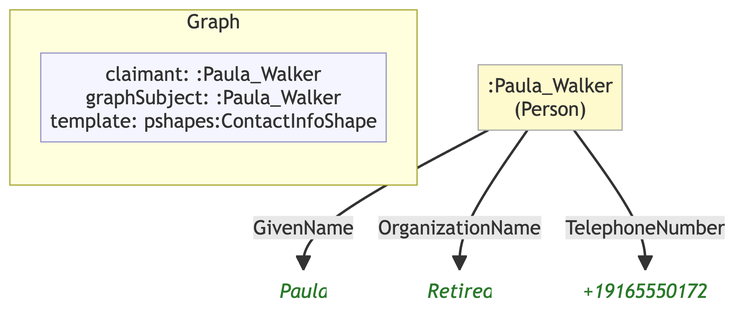
Before: example/graphs/images/graph-57.png, a diagram exported from Mermaid (MeeFoundation/mia-ontologies). Its source is kept beside it as example/graphs/images/graph-57.mmd.
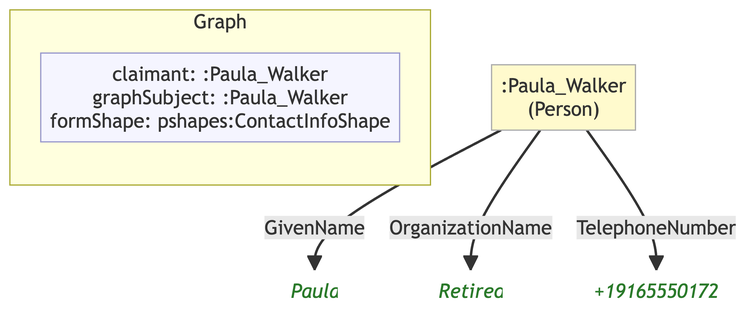
After the commit.

What changed in the source:
```diff
@@ -7,14 +7,14 @@
 
     subgraph ctx["Graph"]
         direction LR
-        ctx_meta["claimant: :Paula_Walker\ngraphSubject: :Paula_Walker\ntemplate: pshapes:ContactInfoShape"]:::meta
+        ctx_meta["claimant: :Paula_Walker\ngraphSubject: :Paula_Walker\nformShape: pshapes:ContactInfoShape"]:::meta
     end
 
-    nf4296ab13de4[":Paula_Walker\n(Person)"]:::person
-    n7b8b2131a2a3("Paula"):::lit
-    nc788f487e51b("Retired"):::lit
-    n745c0eb9659a("+19165550172"):::lit
+    n679aafec7a4b[":Paula_Walker\n(Person)"]:::person
+    n74085721a7da("Paula"):::lit
+    ne2c913446efa("Retired"):::lit
+    n8579a613bba8("+19165550172"):::lit
 
-    nf4296ab13de4 -->|"GivenName"| n7b8b2131a2a3
-    nf4296ab13de4 -->|"OrganizationName"| nc788f487e51b
-    nf4296ab13de4 -->|"TelephoneNumber"| n745c0eb9659a
+    n679aafec7a4b -->|"GivenName"| n74085721a7da
+    n679aafec7a4b -->|"OrganizationName"| ne2c913446efa
+    n679aafec7a4b -->|"TelephoneNumber"| n8579a613bba8
```
